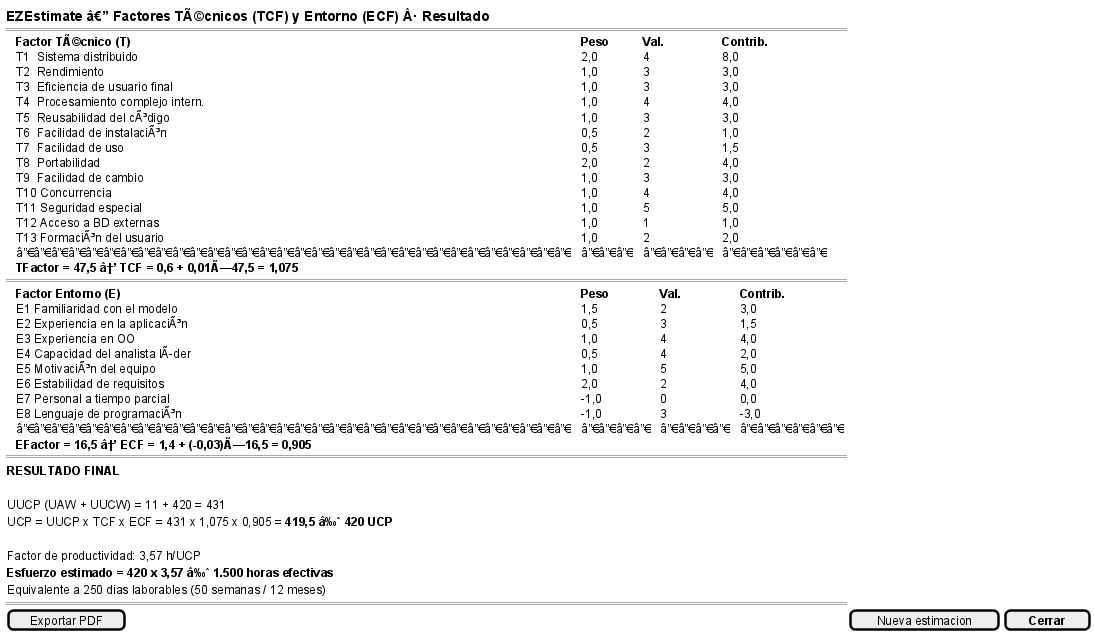
Before: anexos/diagramas/ezestimate-tcf-ecf.png, a diagram exported from PlantUML (ErDeivih/DocumentChain). The source it was exported from:
```plantuml
@startsalt
{
  <b><size:14>EZEstimate â€” Factores TÃ©cnicos (TCF) y Entorno (ECF) Â· Resultado</size></b>
  ==
  {T
   + <b>Factor TÃ©cnico (T)</b>             | <b>Peso</b> | <b>Val.</b> | <b>Contrib.</b>
   + T1  Sistema distribuido           | 2,0  | 4    | 8,0
   + T2  Rendimiento                   | 1,0  | 3    | 3,0
   + T3  Eficiencia de usuario final   | 1,0  | 3    | 3,0
   + T4  Procesamiento complejo intern. | 1,0  | 4    | 4,0
   + T5  Reusabilidad del cÃ³digo       | 1,0  | 3    | 3,0
   + T6  Facilidad de instalaciÃ³n      | 0,5  | 2    | 1,0
   + T7  Facilidad de uso              | 0,5  | 3    | 1,5
   + T8  Portabilidad                  | 2,0  | 2    | 4,0
   + T9  Facilidad de cambio           | 1,0  | 3    | 3,0
   + T10 Concurrencia                  | 1,0  | 4    | 4,0
   + T11 Seguridad especial            | 1,0  | 5    | 5,0
   + T12 Acceso a BD externas          | 1,0  | 1    | 1,0
   + T13 FormaciÃ³n del usuario         | 1,0  | 2    | 2,0
   + â”€â”€â”€â”€â”€â”€â”€â”€â”€â”€â”€â”€â”€â”€â”€â”€â”€â”€â”€â”€â”€â”€â”€â”€â”€â”€â”€â”€â”€â”€â”€â”€  | â”€â”€â”€  | â”€â”€â”€â”€ | â”€â”€â”€â”€â”€â”€
   + <b>TFactor = 47,5 â†’ TCF = 0,6 + 0,01Ã—47,5 = 1,075</b> | | |
  }
  ==
  {T
   + <b>Factor Entorno (E)</b>             | <b>Peso</b>  | <b>Val.</b> | <b>Contrib.</b>
   + E1 Familiaridad con el modelo    | 1,5   | 2    | 3,0
   + E2 Experiencia en la aplicaciÃ³n  | 0,5   | 3    | 1,5
   + E3 Experiencia en OO             | 1,0   | 4    | 4,0
   + E4 Capacidad del analista lÃ­der  | 0,5   | 4    | 2,0
   + E5 MotivaciÃ³n del equipo         | 1,0   | 5    | 5,0
   + E6 Estabilidad de requisitos     | 2,0   | 2    | 4,0
   + E7 Personal a tiempo parcial     | -1,0  | 0    | 0,0
   + E8 Lenguaje de programaciÃ³n      | -1,0  | 3    | -3,0
   + â”€â”€â”€â”€â”€â”€â”€â”€â”€â”€â”€â”€â”€â”€â”€â”€â”€â”€â”€â”€â”€â”€â”€â”€â”€â”€â”€â”€â”€â”€â”€â”€  | â”€â”€â”€â”€  | â”€â”€â”€â”€ | â”€â”€â”€â”€â”€â”€
   + <b>EFactor = 16,5 â†’ ECF = 1,4 + (-0,03)Ã—16,5 = 0,905</b> | | |
  }
  ==
  {
    <b>RESULTADO FINAL</b>
    .
    UUCP (UAW + UUCW) = 11 + 420 = 431
    UCP = UUCP x TCF x ECF = 431 x 1,075 x 0,905 = <b>419,5 â‰ˆ 420 UCP</b>
    .
    Factor de productividad: 3,57 h/UCP
    <b>Esfuerzo estimado = 420 x 3,57 â‰ˆ 1.500 horas efectivas</b>
    Equivalente a 250 dias laborables (50 semanas / 12 meses)
  }
  ==
  [ Exportar PDF ] | [ Nueva estimacion ] | [  <b>Cerrar</b>  ]
}
@endsalt
```
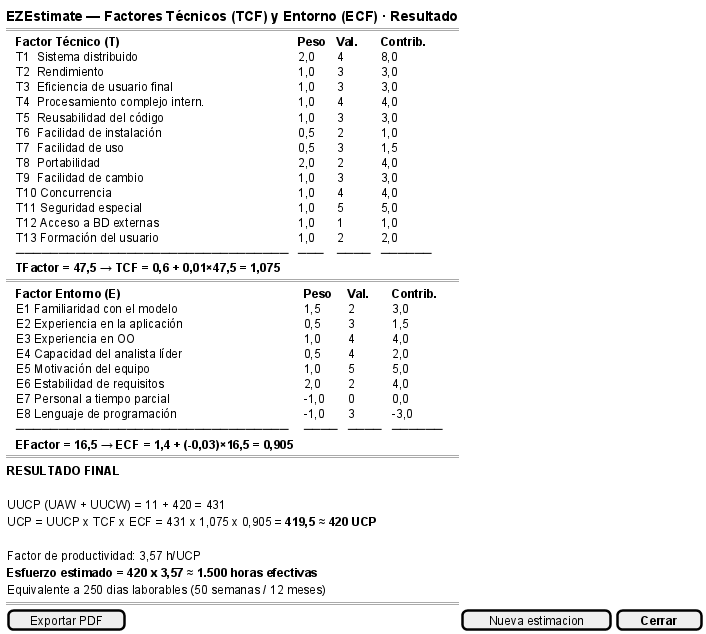
After the commit.

Diff of the diagram source:
```diff
@@ -1,48 +1,48 @@
 @startsalt
 {
-  <b><size:14>EZEstimate â€” Factores TÃ©cnicos (TCF) y Entorno (ECF) Â· Resultado</size></b>
+  <b><size:14>EZEstimate — Factores Técnicos (TCF) y Entorno (ECF) · Resultado</size></b>
   ==
   {T
-   + <b>Factor TÃ©cnico (T)</b>             | <b>Peso</b> | <b>Val.</b> | <b>Contrib.</b>
+   + <b>Factor Técnico (T)</b>             | <b>Peso</b> | <b>Val.</b> | <b>Contrib.</b>
    + T1  Sistema distribuido           | 2,0  | 4    | 8,0
    + T2  Rendimiento                   | 1,0  | 3    | 3,0
    + T3  Eficiencia de usuario final   | 1,0  | 3    | 3,0
    + T4  Procesamiento complejo intern. | 1,0  | 4    | 4,0
-   + T5  Reusabilidad del cÃ³digo       | 1,0  | 3    | 3,0
-   + T6  Facilidad de instalaciÃ³n      | 0,5  | 2    | 1,0
+   + T5  Reusabilidad del código       | 1,0  | 3    | 3,0
+   + T6  Facilidad de instalación      | 0,5  | 2    | 1,0
    + T7  Facilidad de uso              | 0,5  | 3    | 1,5
    + T8  Portabilidad                  | 2,0  | 2    | 4,0
    + T9  Facilidad de cambio           | 1,0  | 3    | 3,0
    + T10 Concurrencia                  | 1,0  | 4    | 4,0
    + T11 Seguridad especial            | 1,0  | 5    | 5,0
    + T12 Acceso a BD externas          | 1,0  | 1    | 1,0
-   + T13 FormaciÃ³n del usuario         | 1,0  | 2    | 2,0
-   + â”€â”€â”€â”€â”€â”€â”€â”€â”€â”€â”€â”€â”€â”€â”€â”€â”€â”€â”€â”€â”€â”€â”€â”€â”€â”€â”€â”€â”€â”€â”€â”€  | â”€â”€â”€  | â”€â”€â”€â”€ | â”€â”€â”€â”€â”€â”€
-   + <b>TFactor = 47,5 â†’ TCF = 0,6 + 0,01Ã—47,5 = 1,075</b> | | |
+   + T13 Formación del usuario         | 1,0  | 2    | 2,0
+   + ────────────────────────────────  | ───  | ──── | ──────
+   + <b>TFactor = 47,5 → TCF = 0,6 + 0,01×47,5 = 1,075</b> | | |
   }
   ==
   {T
    + <b>Factor Entorno (E)</b>             | <b>Peso</b>  | <b>Val.</b> | <b>Contrib.</b>
    + E1 Familiaridad con el modelo    | 1,5   | 2    | 3,0
-   + E2 Experiencia en la aplicaciÃ³n  | 0,5   | 3    | 1,5
+   + E2 Experiencia en la aplicación  | 0,5   | 3    | 1,5
    + E3 Experiencia en OO             | 1,0   | 4    | 4,0
-   + E4 Capacidad del analista lÃ­der  | 0,5   | 4    | 2,0
-   + E5 MotivaciÃ³n del equipo         | 1,0   | 5    | 5,0
+   + E4 Capacidad del analista líder  | 0,5   | 4    | 2,0
+   + E5 Motivación del equipo         | 1,0   | 5    | 5,0
    + E6 Estabilidad de requisitos     | 2,0   | 2    | 4,0
    + E7 Personal a tiempo parcial     | -1,0  | 0    | 0,0
-   + E8 Lenguaje de programaciÃ³n      | -1,0  | 3    | -3,0
-   + â”€â”€â”€â”€â”€â”€â”€â”€â”€â”€â”€â”€â”€â”€â”€â”€â”€â”€â”€â”€â”€â”€â”€â”€â”€â”€â”€â”€â”€â”€â”€â”€  | â”€â”€â”€â”€  | â”€â”€â”€â”€ | â”€â”€â”€â”€â”€â”€
-   + <b>EFactor = 16,5 â†’ ECF = 1,4 + (-0,03)Ã—16,5 = 0,905</b> | | |
+   + E8 Lenguaje de programación      | -1,0  | 3    | -3,0
+   + ────────────────────────────────  | ────  | ──── | ──────
+   + <b>EFactor = 16,5 → ECF = 1,4 + (-0,03)×16,5 = 0,905</b> | | |
   }
   ==
   {
     <b>RESULTADO FINAL</b>
     .
     UUCP (UAW + UUCW) = 11 + 420 = 431
-    UCP = UUCP x TCF x ECF = 431 x 1,075 x 0,905 = <b>419,5 â‰ˆ 420 UCP</b>
+    UCP = UUCP x TCF x ECF = 431 x 1,075 x 0,905 = <b>419,5 ≈ 420 UCP</b>
     .
     Factor de productividad: 3,57 h/UCP
-    <b>Esfuerzo estimado = 420 x 3,57 â‰ˆ 1.500 horas efectivas</b>
+    <b>Esfuerzo estimado = 420 x 3,57 ≈ 1.500 horas efectivas</b>
     Equivalente a 250 dias laborables (50 semanas / 12 meses)
   }
   ==
```
